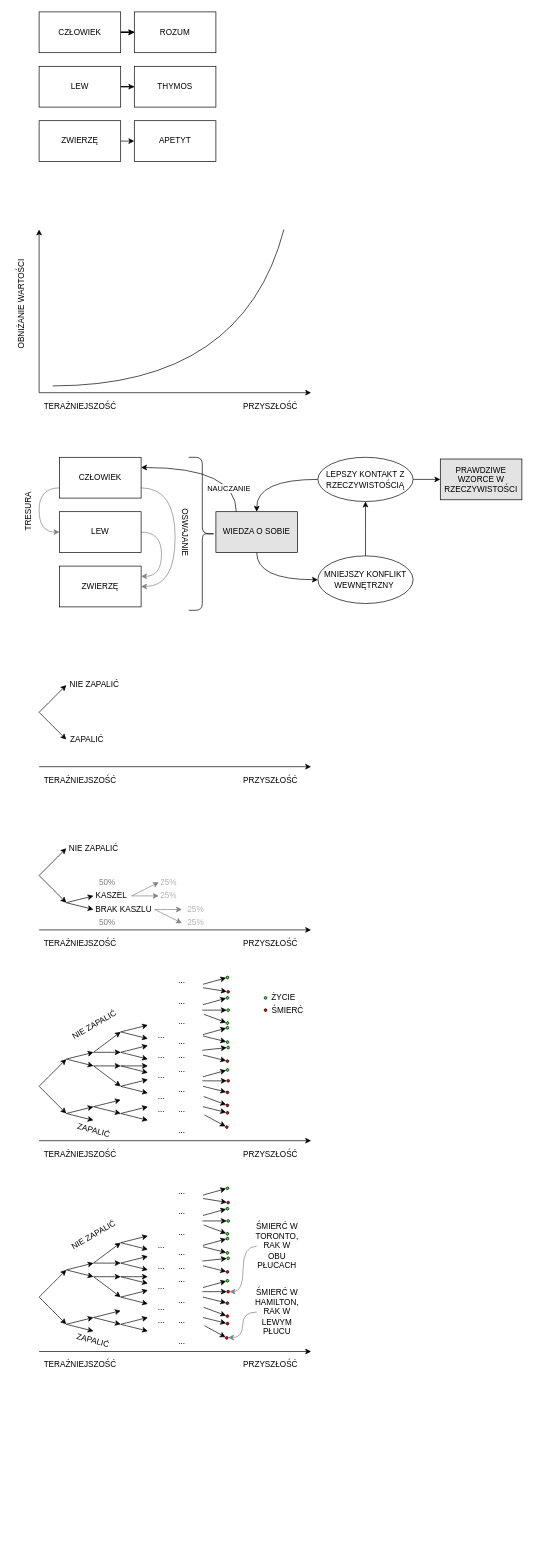
The draw.io diagram images/Untitled Diagram.drawio in lyckantropen/awakening-pl, before the edit. Source tidied: cells renumbered, new cells numbered last; positions are measured from the earlier drawing's top-left corner, leaving out a move shared by most shapes. Both pictures are drawn from the tidied source at 68%, with x=0, y=0 at pixel (-29, 12). Pictures stored in the file or linked from it are replaced by grey dashed boxes.
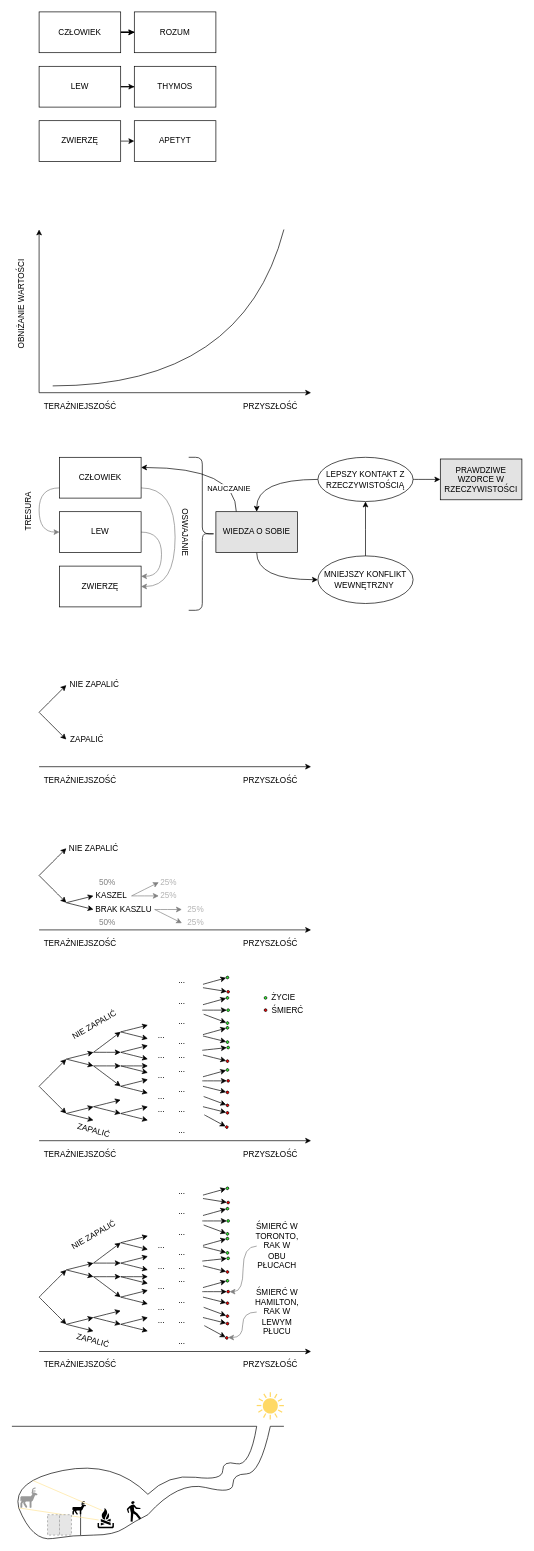
Above is the later version.

What changed in the source:
```diff
@@
+    <mxCell id="244" style="endArrow=none;html=1;rounded=0;" parent="1" edge="1">
+      <mxGeometry relative="1" as="geometry">
+        <mxPoint x="60" y="2080" as="sourcePoint" />
+        <mxPoint x="420" y="2080" as="targetPoint" />
+      </mxGeometry>
+    </mxCell>
+    <mxCell id="245" style="curved=1;endArrow=none;html=1;rounded=0;endFill=0;" parent="1" edge="1">
+      <mxGeometry relative="1" as="geometry">
+        <mxPoint x="260" y="2180" as="sourcePoint" />
+        <mxPoint x="420" y="2080" as="targetPoint" />
+        <Array as="points">
+          <mxPoint x="290" y="2150" />
+          <mxPoint x="370" y="2160" />
+          <mxPoint x="370" y="2130" />
+          <mxPoint x="410" y="2140" />
+        </Array>
+      </mxGeometry>
+    </mxCell>
+    <mxCell id="246" style="curved=1;endArrow=none;html=1;rounded=0;endFill=0;" parent="1" edge="1">
+      <mxGeometry relative="1" as="geometry">
+        <mxPoint x="260" y="2210" as="sourcePoint" />
+        <mxPoint x="440" y="2080" as="targetPoint" />
+        <Array as="points">
+          <mxPoint x="305" y="2160" />
+          <mxPoint x="385" y="2180" />
+          <mxPoint x="385" y="2150" />
+          <mxPoint x="425" y="2150" />
+        </Array>
+      </mxGeometry>
+    </mxCell>
+    <mxCell id="247" style="curved=1;endArrow=none;html=1;rounded=0;endFill=0;" parent="1" edge="1">
+      <mxGeometry relative="1" as="geometry">
+        <mxPoint x="70" y="2200" as="sourcePoint" />
+        <mxPoint x="260" y="2180" as="targetPoint" />
+        <Array as="points">
+          <mxPoint x="60" y="2160" />
+          <mxPoint x="210" y="2130" />
+        </Array>
+      </mxGeometry>
+    </mxCell>
+    <mxCell id="248" style="curved=1;endArrow=none;html=1;rounded=0;endFill=0;" parent="1" edge="1">
+      <mxGeometry relative="1" as="geometry">
+        <mxPoint x="70" y="2200" as="sourcePoint" />
+        <mxPoint x="260" y="2210" as="targetPoint" />
+        <Array as="points">
+          <mxPoint x="90" y="2250" />
+          <mxPoint x="150" y="2240" />
+          <mxPoint x="210" y="2240" />
+          <mxPoint x="240" y="2220" />
+        </Array>
+      </mxGeometry>
+    </mxCell>
+    <mxCell id="249" style="shape=mxgraph.signs.sports.campfire;html=1;fillColor=#000000;strokeColor=none;verticalLabelPosition=bottom;verticalAlign=top;align=center;sketch=0;" parent="1" vertex="1">
+      <mxGeometry x="186" y="2200" width="24" height="30" as="geometry" />
+    </mxCell>
+    <mxCell id="250" style="fillColor=#E6E6E6;strokeColor=#999999;dashed=1;verticalLabelPosition=bottom;verticalAlign=top;" parent="1" vertex="1">
+      <mxGeometry x="112.4" y="2210" width="17.6" height="30" as="geometry" />
+    </mxCell>
+    <mxCell id="251" style="edgeStyle=orthogonalEdgeStyle;rounded=0;jettySize=auto;html=1;exitX=0.6;exitY=1;exitDx=0;exitDy=0;exitPerimeter=0;endArrow=none;endFill=0;" parent="1" edge="1" source="252">
+      <mxGeometry relative="1" as="geometry">
+        <mxPoint x="161" y="2240" as="targetPoint" />
+      </mxGeometry>
+    </mxCell>
+    <mxCell id="252" style="shape=mxgraph.signs.animals.deer_1;html=1;fillColor=#000000;strokeColor=none;verticalLabelPosition=bottom;verticalAlign=top;align=center;sketch=0;" parent="1" vertex="1">
+      <mxGeometry x="149" y="2190" width="20" height="20" as="geometry" />
+    </mxCell>
+    <mxCell id="253" style="endArrow=none;html=1;rounded=0;entryX=0.067;entryY=0.593;entryDx=0;entryDy=0;entryPerimeter=0;strokeColor=#FFE599;" parent="1" edge="1" target="249">
+      <mxGeometry relative="1" as="geometry">
+        <mxPoint x="70" y="2200" as="sourcePoint" />
+      </mxGeometry>
+    </mxCell>
+    <mxCell id="254" style="endArrow=none;html=1;rounded=0;entryX=0.307;entryY=0.135;entryDx=0;entryDy=0;entryPerimeter=0;strokeColor=#FFE599;" parent="1" edge="1" target="249">
+      <mxGeometry relative="1" as="geometry">
+        <mxPoint x="91.4" y="2160" as="sourcePoint" />
+      </mxGeometry>
+    </mxCell>
+    <mxCell id="255" style="shape=mxgraph.signs.animals.deer_1;html=1;fillColor=#999999;strokeColor=none;verticalLabelPosition=bottom;verticalAlign=top;align=center;sketch=0;" parent="1" vertex="1">
+      <mxGeometry x="72.5" y="2170" width="25" height="30" as="geometry" />
+    </mxCell>
+    <mxCell id="256" style="endArrow=none;html=1;rounded=0;strokeColor=#000000;" parent="1" edge="1">
+      <mxGeometry relative="1" as="geometry">
+        <mxPoint x="460" y="2080" as="sourcePoint" />
+        <mxPoint x="440" y="2080" as="targetPoint" />
+      </mxGeometry>
+    </mxCell>
+    <mxCell id="257" style="fillColor=#E6E6E6;strokeColor=#999999;dashed=1;verticalLabelPosition=bottom;verticalAlign=top;" parent="1" vertex="1">
+      <mxGeometry x="130" y="2210" width="17.6" height="30" as="geometry" />
+    </mxCell>
+    <mxCell id="258" style="shape=mxgraph.signs.people.walking;html=1;fillColor=#000000;strokeColor=none;verticalLabelPosition=bottom;verticalAlign=top;align=center;sketch=0;rotation=-15;" parent="1" vertex="1">
+      <mxGeometry x="230" y="2190" width="20" height="29" as="geometry" />
+    </mxCell>
+    <mxCell id="259" style="shape=mxgraph.signs.nature.sun_4;html=1;fillColor=#FFD966;strokeColor=none;verticalLabelPosition=bottom;verticalAlign=top;align=center;sketch=0;" parent="1" vertex="1">
+      <mxGeometry x="420" y="2030" width="40" height="40" as="geometry" />
+    </mxCell>
```
